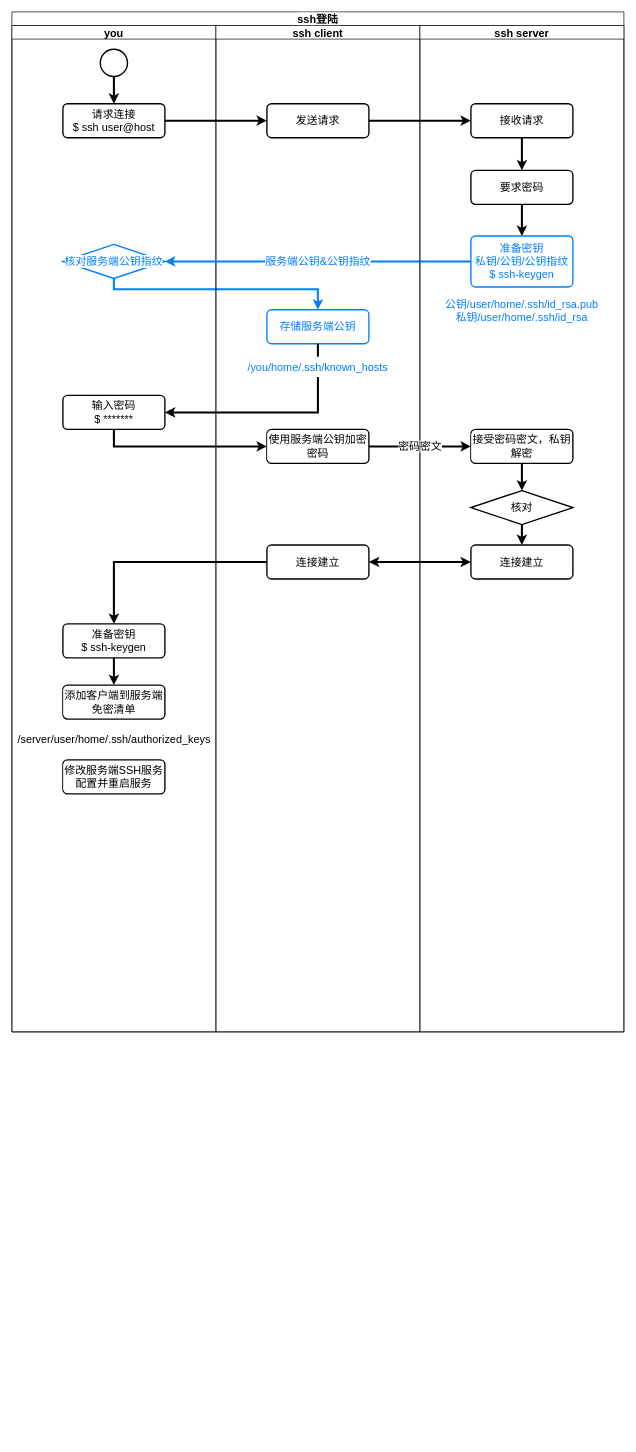
The draw.io diagram page "Page-3" (3 of 3) of ssh.drawio in RedFoxAtAsleep/app.diagram.net, before the edit. Source tidied: cells renumbered, new cells numbered last; positions are measured from the earlier drawing's top-left corner, leaving out a move shared by most shapes. Both pictures are drawn from the tidied source at 68%, with x=0, y=0 at pixel (12, 12).
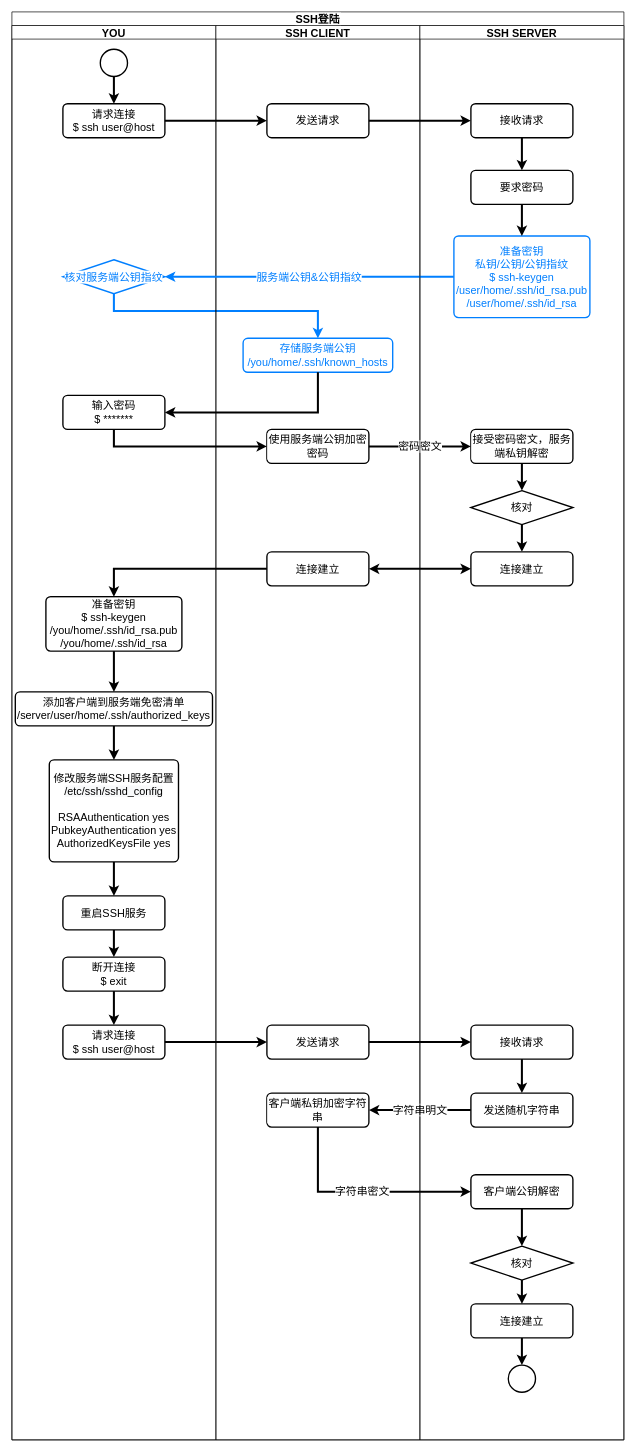
The same page after the edit.

The edit, as a diff of the source:
```diff
@@
-    <mxCell id="2" value="ssh登陆" style="swimlane;startSize=20;fontSize=16;labelBackgroundColor=default;" parent="1" vertex="1">
-      <mxGeometry width="900" height="1500" as="geometry" />
+    <mxCell id="2" value="SSH登陆" style="swimlane;startSize=20;fontSize=16;labelBackgroundColor=default;" parent="1" vertex="1">
+      <mxGeometry width="900" height="2100" as="geometry" />
     </mxCell>
     <mxCell id="3" style="edgeStyle=orthogonalEdgeStyle;rounded=0;jettySize=auto;html=1;labelBackgroundColor=default;fontSize=16;strokeColor=#007FFF;fontColor=#007FFF;strokeWidth=3;" parent="2" edge="1" source="9" target="18">
       <mxGeometry relative="1" as="geometry">
         <Array as="points">
-          <mxPoint x="150" y="408" />
-          <mxPoint x="450" y="408" />
+          <mxPoint x="150" y="440" />
+          <mxPoint x="450" y="440" />
         </Array>
       </mxGeometry>
     </mxCell>
@@
-    <mxCell id="5" value="you" style="swimlane;startSize=20;fontSize=16;labelBackgroundColor=none;" parent="2" vertex="1">
-      <mxGeometry y="20" width="300" height="1480" as="geometry" />
+    <mxCell id="5" value="YOU" style="swimlane;startSize=20;fontSize=16;labelBackgroundColor=none;" parent="2" vertex="1">
+      <mxGeometry y="20" width="300" height="2080" as="geometry" />
     </mxCell>
@@
     <mxCell id="9" value="核对服务端公钥指纹" style="strokeWidth=2;html=1;shape=mxgraph.flowchart.decision;whiteSpace=wrap;fontSize=16;labelBackgroundColor=default;strokeColor=#007FFF;fontColor=#007FFF;" parent="5" vertex="1">
-      <mxGeometry x="75" y="322" width="150" height="50" as="geometry" />
+      <mxGeometry x="75" y="344.5" width="150" height="50" as="geometry" />
     </mxCell>
@@
-    <mxCell id="12" value="&lt;div&gt;准备密钥&lt;/div&gt;&lt;div&gt;$ ssh-keygen&lt;/div&gt;" style="rounded=1;whiteSpace=wrap;html=1;absoluteArcSize=1;arcSize=14;strokeWidth=2;fontSize=16;labelBackgroundColor=default;" parent="5" vertex="1">
-      <mxGeometry x="75" y="880" width="150" height="50" as="geometry" />
+    <mxCell id="12" value="&lt;div&gt;准备密钥&lt;/div&gt;&lt;div&gt;$ ssh-keygen&lt;/div&gt;&lt;div&gt;&lt;div&gt;/you/home/.ssh/id_rsa.pub&lt;/div&gt;&lt;div&gt;/you/home/.ssh/id_rsa&lt;/div&gt;&lt;/div&gt;" style="rounded=1;whiteSpace=wrap;html=1;absoluteArcSize=1;arcSize=14;strokeWidth=2;fontSize=16;labelBackgroundColor=default;" parent="5" vertex="1">
+      <mxGeometry x="50" y="840" width="200" height="80" as="geometry" />
     </mxCell>
+    <mxCell id="41" style="edgeStyle=orthogonalEdgeStyle;rounded=0;jettySize=auto;html=1;labelBackgroundColor=default;labelBorderColor=none;fontSize=16;fontColor=#000000;startArrow=none;startFill=0;strokeColor=default;strokeWidth=3;" parent="5" edge="1" source="13" target="15">
+      <mxGeometry relative="1" as="geometry" />
+    </mxCell>
-    <mxCell id="13" value="添加客户端到服务端免密清单" style="rounded=1;whiteSpace=wrap;html=1;absoluteArcSize=1;arcSize=14;strokeWidth=2;fontSize=16;labelBackgroundColor=default;" parent="5" vertex="1">
-      <mxGeometry x="75" y="970" width="150" height="50" as="geometry" />
+    <mxCell id="13" value="添加客户端到服务端免密清单&lt;br&gt;&lt;span&gt;/server/user/home/.ssh/authorized_keys&lt;/span&gt;" style="rounded=1;whiteSpace=wrap;html=1;absoluteArcSize=1;arcSize=14;strokeWidth=2;fontSize=16;labelBackgroundColor=default;" parent="5" vertex="1">
+      <mxGeometry x="5" y="980" width="290" height="50" as="geometry" />
     </mxCell>
-    <mxCell id="14" value="/server/user/home/.ssh/authorized_keys" style="text;html=1;align=center;verticalAlign=middle;strokeColor=none;fillColor=none;fontSize=16;labelBackgroundColor=default;" parent="5" vertex="1">
-      <mxGeometry y="1040" width="300" height="20" as="geometry" />
-    </mxCell>
+    <mxCell id="42" style="edgeStyle=orthogonalEdgeStyle;rounded=0;jettySize=auto;html=1;labelBackgroundColor=default;labelBorderColor=none;fontSize=16;fontColor=#000000;startArrow=none;startFill=0;strokeColor=default;strokeWidth=3;" parent="5" edge="1" source="15" target="44">
+      <mxGeometry relative="1" as="geometry" />
+    </mxCell>
-    <mxCell id="15" value="修改服务端SSH服务配置并重启服务" style="rounded=1;whiteSpace=wrap;html=1;absoluteArcSize=1;arcSize=14;strokeWidth=2;fontSize=16;labelBackgroundColor=default;" parent="5" vertex="1">
-      <mxGeometry x="75" y="1080" width="150" height="50" as="geometry" />
+    <mxCell id="15" value="修改服务端SSH服务配置&lt;br&gt;&lt;span style=&quot;text-align: left ; background-color: rgb(248 , 249 , 250)&quot;&gt;/etc/ssh/sshd_config&lt;br&gt;&lt;br&gt;&lt;/span&gt;&lt;div&gt;RSAAuthentication yes&lt;br&gt;&lt;/div&gt;&lt;div&gt;PubkeyAuthentication yes&lt;br&gt;&lt;/div&gt;&lt;div&gt;AuthorizedKeysFile yes&lt;/div&gt;" style="rounded=1;whiteSpace=wrap;html=1;absoluteArcSize=1;arcSize=14;strokeWidth=2;fontSize=16;labelBackgroundColor=default;" parent="5" vertex="1">
+      <mxGeometry x="55" y="1080" width="190" height="150" as="geometry" />
     </mxCell>
+    <mxCell id="43" style="edgeStyle=orthogonalEdgeStyle;rounded=0;jettySize=auto;html=1;labelBackgroundColor=default;labelBorderColor=none;fontSize=16;fontColor=#000000;startArrow=none;startFill=0;strokeColor=default;strokeWidth=3;" parent="5" edge="1" source="44" target="46">
+      <mxGeometry relative="1" as="geometry" />
+    </mxCell>
+    <mxCell id="44" value="重启SSH服务" style="rounded=1;whiteSpace=wrap;html=1;absoluteArcSize=1;arcSize=14;strokeWidth=2;fontSize=16;labelBackgroundColor=default;" parent="5" vertex="1">
+      <mxGeometry x="75" y="1280" width="150" height="50" as="geometry" />
+    </mxCell>
+    <mxCell id="45" style="edgeStyle=orthogonalEdgeStyle;rounded=0;jettySize=auto;html=1;labelBackgroundColor=default;labelBorderColor=none;fontSize=16;fontColor=#000000;startArrow=none;startFill=0;strokeColor=default;strokeWidth=3;" parent="5" edge="1" source="46" target="47">
+      <mxGeometry relative="1" as="geometry" />
+    </mxCell>
+    <mxCell id="46" value="断开连接&lt;br&gt;$ exit" style="rounded=1;whiteSpace=wrap;html=1;absoluteArcSize=1;arcSize=14;strokeWidth=2;fontSize=16;labelBackgroundColor=default;" parent="5" vertex="1">
+      <mxGeometry x="75" y="1370" width="150" height="50" as="geometry" />
+    </mxCell>
+    <mxCell id="47" value="请求连接&lt;br&gt;$ ssh user@host" style="rounded=1;whiteSpace=wrap;html=1;absoluteArcSize=1;arcSize=14;strokeWidth=2;fontSize=16;labelBackgroundColor=default;" parent="5" vertex="1">
+      <mxGeometry x="75" y="1470" width="150" height="50" as="geometry" />
+    </mxCell>
-    <mxCell id="16" value="ssh client" style="swimlane;startSize=20;fontSize=16;labelBackgroundColor=none;fontColor=#000000;" parent="2" vertex="1">
-      <mxGeometry x="300" y="20" width="300" height="1480" as="geometry" />
+    <mxCell id="16" value="SSH CLIENT" style="swimlane;startSize=20;fontSize=16;labelBackgroundColor=none;fontColor=#000000;" parent="2" vertex="1">
+      <mxGeometry x="300" y="20" width="300" height="2080" as="geometry" />
     </mxCell>
@@
-    <mxCell id="18" value="存储服务端公钥" style="rounded=1;whiteSpace=wrap;html=1;absoluteArcSize=1;arcSize=14;strokeWidth=2;fontSize=16;labelBackgroundColor=default;strokeColor=#007FFF;fontColor=#007FFF;" parent="16" vertex="1">
-      <mxGeometry x="75" y="418" width="150" height="50" as="geometry" />
+    <mxCell id="18" value="存储服务端公钥&lt;br&gt;&lt;span style=&quot;font-family: &amp;#34;helvetica&amp;#34;&quot;&gt;/you/home/.ssh/known_hosts&lt;/span&gt;" style="rounded=1;whiteSpace=wrap;html=1;absoluteArcSize=1;arcSize=14;strokeWidth=2;fontSize=16;labelBackgroundColor=default;strokeColor=#007FFF;fontColor=#007FFF;" parent="16" vertex="1">
+      <mxGeometry x="40" y="460" width="220" height="50" as="geometry" />
     </mxCell>
@@
     <mxCell id="20" value="连接建立" style="rounded=1;whiteSpace=wrap;html=1;absoluteArcSize=1;arcSize=14;strokeWidth=2;fontSize=16;labelBackgroundColor=default;" parent="16" vertex="1">
-      <mxGeometry x="75" y="764" width="150" height="50" as="geometry" />
+      <mxGeometry x="75" y="774" width="150" height="50" as="geometry" />
     </mxCell>
+    <mxCell id="48" value="发送请求" style="rounded=1;whiteSpace=wrap;html=1;absoluteArcSize=1;arcSize=14;strokeWidth=2;fontSize=16;labelBackgroundColor=default;" parent="16" vertex="1">
+      <mxGeometry x="75" y="1470" width="150" height="50" as="geometry" />
+    </mxCell>
+    <mxCell id="49" value="客户端私钥加密字符串" style="rounded=1;whiteSpace=wrap;html=1;absoluteArcSize=1;arcSize=14;strokeWidth=2;fontSize=16;labelBackgroundColor=default;" parent="16" vertex="1">
+      <mxGeometry x="75" y="1570" width="150" height="50" as="geometry" />
+    </mxCell>
@@
+    <mxCell id="39" style="edgeStyle=orthogonalEdgeStyle;rounded=0;jettySize=auto;html=1;entryX=0.5;entryY=0;entryDx=0;entryDy=0;labelBackgroundColor=default;labelBorderColor=none;fontSize=16;fontColor=#000000;startArrow=none;startFill=0;strokeColor=default;strokeWidth=3;" parent="2" edge="1" source="20" target="12">
+      <mxGeometry relative="1" as="geometry" />
+    </mxCell>
+    <mxCell id="50" style="edgeStyle=orthogonalEdgeStyle;rounded=0;jettySize=auto;html=1;labelBackgroundColor=default;labelBorderColor=none;fontSize=16;fontColor=#000000;startArrow=none;startFill=0;strokeColor=default;strokeWidth=3;" parent="2" edge="1" source="47" target="48">
+      <mxGeometry relative="1" as="geometry" />
+    </mxCell>
+    <mxCell id="51" style="edgeStyle=orthogonalEdgeStyle;rounded=0;jettySize=auto;html=1;labelBackgroundColor=default;labelBorderColor=none;fontSize=16;fontColor=#000000;startArrow=none;startFill=0;strokeColor=default;strokeWidth=3;" parent="2" edge="1" source="48" target="55">
+      <mxGeometry relative="1" as="geometry" />
+    </mxCell>
+    <mxCell id="52" value="字符串密文" style="edgeStyle=orthogonalEdgeStyle;rounded=0;jettySize=auto;html=1;exitX=0.5;exitY=1;exitDx=0;exitDy=0;entryX=0;entryY=0.5;entryDx=0;entryDy=0;labelBackgroundColor=default;labelBorderColor=none;fontSize=16;strokeWidth=3;" parent="2" edge="1" source="49" target="57">
+      <mxGeometry relative="1" as="geometry" />
+    </mxCell>
+    <mxCell id="53" value="字符串明文" style="edgeStyle=orthogonalEdgeStyle;rounded=0;jettySize=auto;html=1;labelBackgroundColor=default;fontSize=16;labelBorderColor=none;strokeWidth=3;" parent="2" edge="1" source="56" target="49">
+      <mxGeometry relative="1" as="geometry" />
+    </mxCell>
-    <mxCell id="27" value="ssh server" style="swimlane;startSize=20;fontSize=16;labelBackgroundColor=none;" parent="2" vertex="1">
-      <mxGeometry x="600" y="20" width="300" height="1480" as="geometry" />
+    <mxCell id="27" value="SSH SERVER" style="swimlane;startSize=20;fontSize=16;labelBackgroundColor=none;" parent="2" vertex="1">
+      <mxGeometry x="600" y="20" width="300" height="2080" as="geometry" />
     </mxCell>
@@
-    <mxCell id="30" value="准备密钥&lt;br&gt;私钥/公钥/公钥指纹&lt;br&gt;$&amp;nbsp;ssh-keygen" style="rounded=1;whiteSpace=wrap;html=1;absoluteArcSize=1;arcSize=14;strokeWidth=2;fontSize=16;labelBackgroundColor=default;strokeColor=#007FFF;fontColor=#007FFF;" parent="27" vertex="1">
-      <mxGeometry x="75" y="309.5" width="150" height="75" as="geometry" />
+    <mxCell id="30" value="&lt;span&gt;准备密钥&lt;/span&gt;&lt;br&gt;&lt;span&gt;私钥/公钥/公钥指纹&lt;/span&gt;&lt;br&gt;&lt;span&gt;$&amp;nbsp;ssh-keygen&lt;/span&gt;&lt;br&gt;&lt;span style=&quot;font-family: &amp;#34;helvetica&amp;#34;&quot;&gt;/user/home/.ssh/id_rsa.pub&lt;/span&gt;&lt;br style=&quot;font-family: &amp;#34;helvetica&amp;#34;&quot;&gt;&lt;span style=&quot;font-family: &amp;#34;helvetica&amp;#34;&quot;&gt;/user/home/.ssh/&lt;/span&gt;&lt;span style=&quot;font-family: &amp;#34;helvetica&amp;#34;&quot;&gt;id_rsa&lt;/span&gt;" style="rounded=1;whiteSpace=wrap;html=1;absoluteArcSize=1;arcSize=14;strokeWidth=2;fontSize=16;labelBackgroundColor=none;strokeColor=#007FFF;fontColor=#007FFF;" parent="27" vertex="1">
+      <mxGeometry x="50" y="309.5" width="200" height="120" as="geometry" />
     </mxCell>
@@
-    <mxCell id="32" value="接受密码密文，私钥解密" style="rounded=1;whiteSpace=wrap;html=1;absoluteArcSize=1;arcSize=14;strokeWidth=2;fontSize=16;labelBackgroundColor=default;" parent="27" vertex="1">
+    <mxCell id="32" value="接受密码密文，服务端私钥解密" style="rounded=1;whiteSpace=wrap;html=1;absoluteArcSize=1;arcSize=14;strokeWidth=2;fontSize=16;labelBackgroundColor=default;" parent="27" vertex="1">
       <mxGeometry x="75" y="594" width="150" height="50" as="geometry" />
     </mxCell>
-    <mxCell id="33" value="&lt;span style=&quot;font-family: helvetica; font-size: 16px; font-style: normal; font-weight: 400; letter-spacing: normal; text-indent: 0px; text-transform: none; word-spacing: 0px; display: inline; float: none;&quot;&gt;公钥/user/home/.ssh/id_rsa.pub&lt;/span&gt;&lt;br style=&quot;font-family: helvetica; font-size: 16px; font-style: normal; font-weight: 400; letter-spacing: normal; text-indent: 0px; text-transform: none; word-spacing: 0px;&quot;&gt;&lt;span style=&quot;font-family: helvetica; font-size: 16px; font-style: normal; font-weight: 400; letter-spacing: normal; text-indent: 0px; text-transform: none; word-spacing: 0px; display: inline; float: none;&quot;&gt;私钥/user/home/.ssh/&lt;/span&gt;&lt;span style=&quot;font-family: helvetica; font-size: 16px; font-style: normal; font-weight: 400; letter-spacing: normal; text-indent: 0px; text-transform: none; word-spacing: 0px; display: inline; float: none;&quot;&gt;id_rsa&lt;/span&gt;" style="text;whiteSpace=wrap;html=1;fontSize=16;fontColor=#007FFF;align=center;labelBackgroundColor=default;strokeColor=none;fillColor=default;" parent="27" vertex="1">
-      <mxGeometry x="20" y="394" width="260" height="50" as="geometry" />
-    </mxCell>
@@
     <mxCell id="36" value="连接建立" style="rounded=1;whiteSpace=wrap;html=1;absoluteArcSize=1;arcSize=14;strokeWidth=2;fontSize=16;labelBackgroundColor=default;" parent="27" vertex="1">
-      <mxGeometry x="75" y="764" width="150" height="50" as="geometry" />
+      <mxGeometry x="75" y="774" width="150" height="50" as="geometry" />
     </mxCell>
@@
-    <mxCell id="39" style="edgeStyle=orthogonalEdgeStyle;rounded=0;jettySize=auto;html=1;entryX=0.5;entryY=0;entryDx=0;entryDy=0;labelBackgroundColor=default;labelBorderColor=none;fontSize=16;fontColor=#000000;startArrow=none;startFill=0;strokeColor=default;strokeWidth=3;" parent="2" edge="1" source="20" target="12">
-      <mxGeometry relative="1" as="geometry" />
-    </mxCell>
-    <mxCell id="40" value="&lt;span style=&quot;font-family: helvetica; font-size: 16px; font-style: normal; font-weight: 400; letter-spacing: normal; text-indent: 0px; text-transform: none; word-spacing: 0px; display: inline; float: none;&quot;&gt;/you/home/.ssh/known_hosts&lt;/span&gt;" style="text;whiteSpace=wrap;html=1;fontSize=16;fontColor=#007FFF;align=center;labelBackgroundColor=default;labelBorderColor=none;strokeColor=none;fillColor=#FFFFFF;" parent="1" vertex="1">
-      <mxGeometry x="335" y="507" width="230" height="30" as="geometry" />
-    </mxCell>
+    <mxCell id="54" style="edgeStyle=orthogonalEdgeStyle;rounded=0;jettySize=auto;html=1;labelBackgroundColor=default;labelBorderColor=none;fontSize=16;fontColor=#000000;startArrow=none;startFill=0;strokeColor=default;strokeWidth=3;" parent="27" edge="1" source="55" target="56">
+      <mxGeometry relative="1" as="geometry" />
+    </mxCell>
+    <mxCell id="55" value="接收请求" style="rounded=1;whiteSpace=wrap;html=1;absoluteArcSize=1;arcSize=14;strokeWidth=2;fontSize=16;labelBackgroundColor=default;" parent="27" vertex="1">
+      <mxGeometry x="75" y="1470" width="150" height="50" as="geometry" />
+    </mxCell>
+    <mxCell id="56" value="发送随机字符串" style="rounded=1;whiteSpace=wrap;html=1;absoluteArcSize=1;arcSize=14;strokeWidth=2;fontSize=16;labelBackgroundColor=default;" parent="27" vertex="1">
+      <mxGeometry x="75" y="1570" width="150" height="50" as="geometry" />
+    </mxCell>
+    <mxCell id="57" value="客户端公钥解密" style="rounded=1;whiteSpace=wrap;html=1;absoluteArcSize=1;arcSize=14;strokeWidth=2;fontSize=16;labelBackgroundColor=default;" parent="27" vertex="1">
+      <mxGeometry x="75" y="1690" width="150" height="50" as="geometry" />
+    </mxCell>
+    <mxCell id="58" style="edgeStyle=orthogonalEdgeStyle;rounded=0;jettySize=auto;html=1;exitX=0.5;exitY=1;exitDx=0;exitDy=0;labelBackgroundColor=default;labelBorderColor=default;fontSize=16;strokeWidth=3;" parent="27" edge="1" source="57" target="60">
+      <mxGeometry relative="1" as="geometry" />
+    </mxCell>
+    <mxCell id="59" style="edgeStyle=orthogonalEdgeStyle;rounded=0;jettySize=auto;html=1;labelBackgroundColor=default;labelBorderColor=none;fontSize=16;fontColor=#000000;startArrow=none;startFill=0;strokeColor=default;strokeWidth=3;" parent="27" edge="1" source="60" target="62">
+      <mxGeometry relative="1" as="geometry" />
+    </mxCell>
+    <mxCell id="60" value="核对" style="strokeWidth=2;html=1;shape=mxgraph.flowchart.decision;whiteSpace=wrap;fontSize=16;labelBackgroundColor=default;" parent="27" vertex="1">
+      <mxGeometry x="75" y="1795" width="150" height="50" as="geometry" />
+    </mxCell>
+    <mxCell id="61" style="edgeStyle=orthogonalEdgeStyle;rounded=0;jettySize=auto;html=1;labelBackgroundColor=default;labelBorderColor=none;fontSize=16;fontColor=#000000;startArrow=none;startFill=0;strokeColor=default;strokeWidth=3;" parent="27" edge="1" source="62" target="63">
+      <mxGeometry relative="1" as="geometry" />
+    </mxCell>
+    <mxCell id="62" value="连接建立" style="rounded=1;whiteSpace=wrap;html=1;absoluteArcSize=1;arcSize=14;strokeWidth=2;fontSize=16;labelBackgroundColor=default;" parent="27" vertex="1">
+      <mxGeometry x="75" y="1880" width="150" height="50" as="geometry" />
+    </mxCell>
+    <mxCell id="63" style="strokeWidth=2;html=1;shape=mxgraph.flowchart.start_2;whiteSpace=wrap;fontSize=16;labelBackgroundColor=default;" parent="27" vertex="1">
+      <mxGeometry x="130" y="1970" width="40" height="40" as="geometry" />
+    </mxCell>
```
